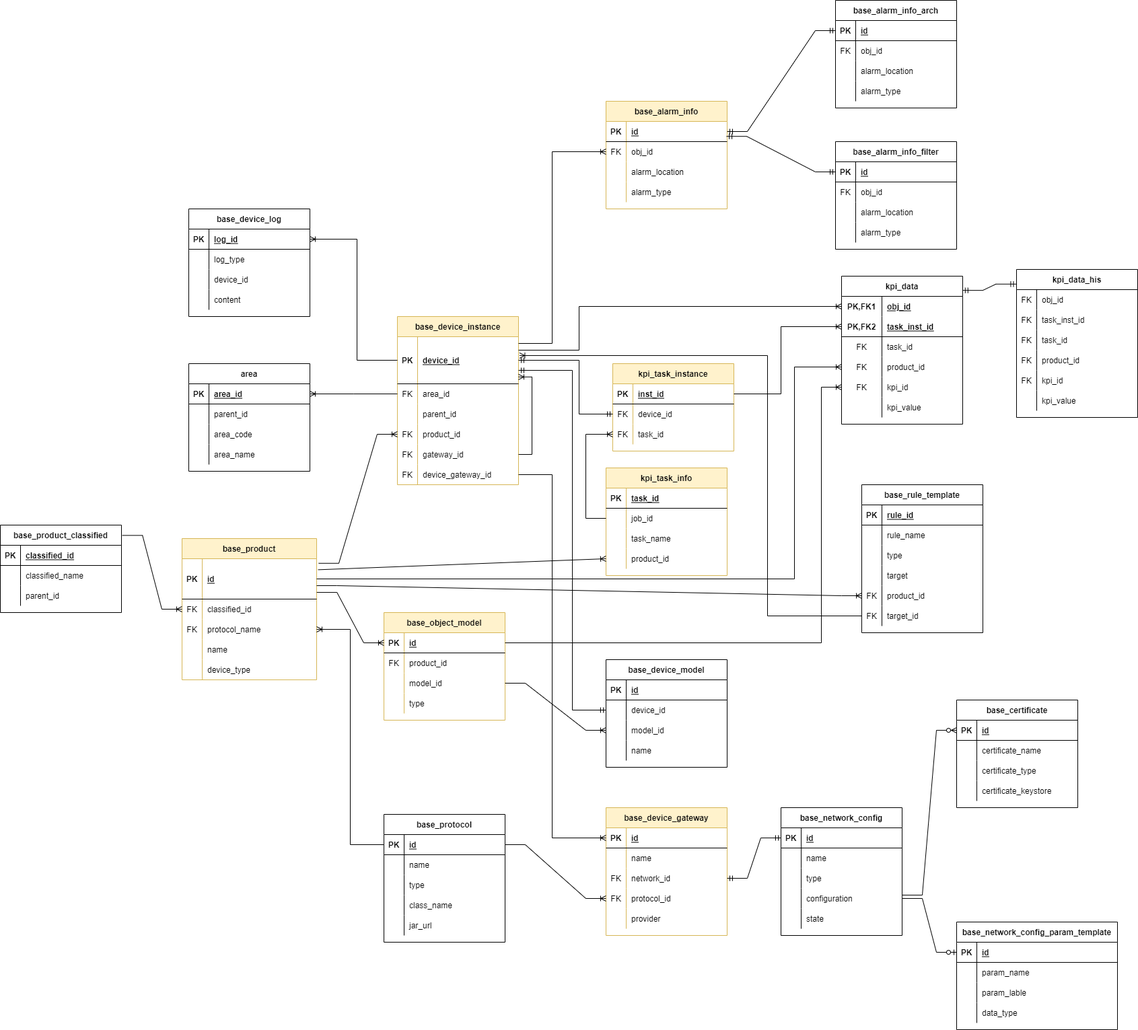
This is Untitled Diagram.drawio.png from liuyucai/springcloud-config, a draw.io export, as it was before one commit. Source tidied: cells renumbered, new cells last; positions are measured from the earlier drawing's top-left corner, leaving out a move shared by most shapes.
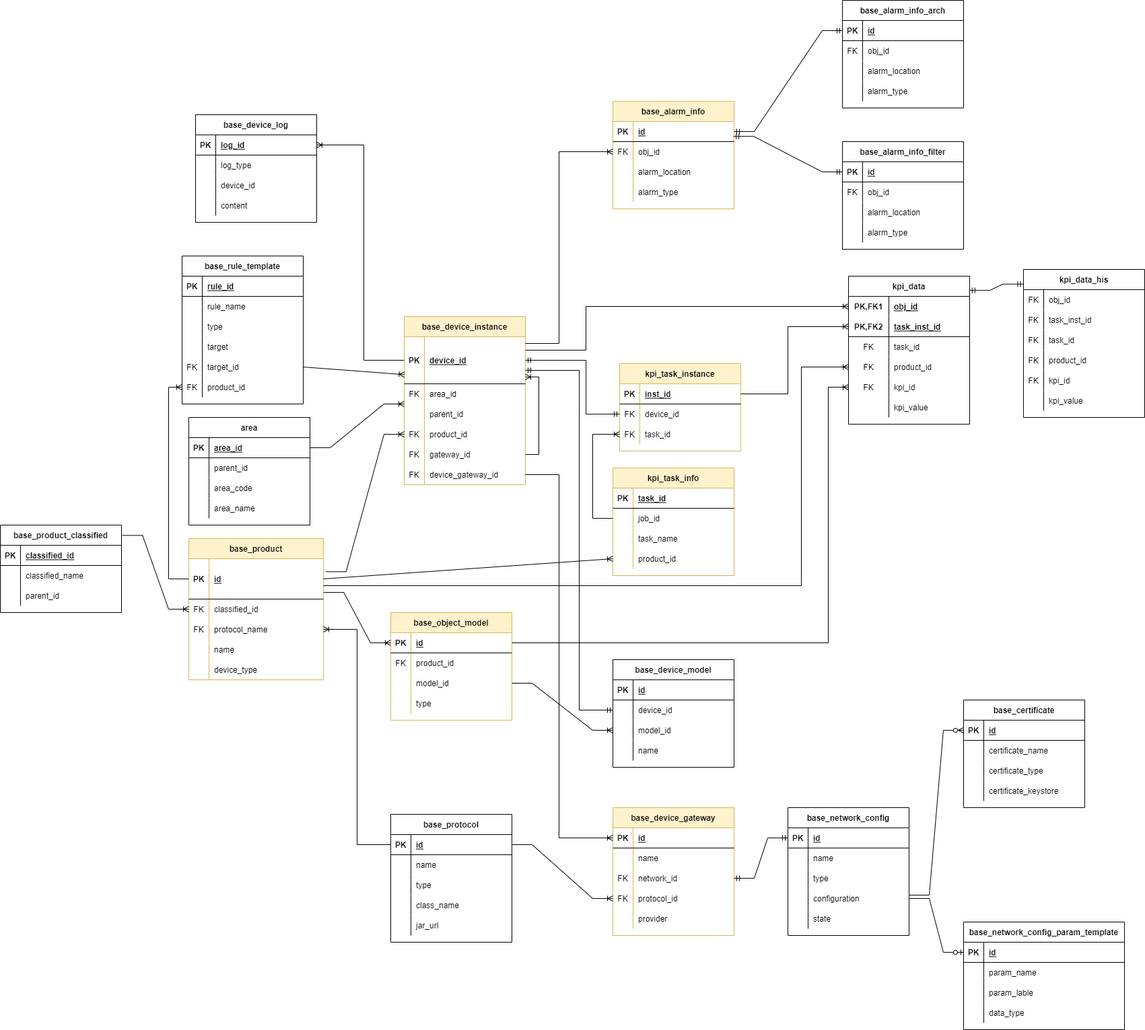
After the commit.

Diff of the diagram source:
```diff
@@ -114,11 +114,11 @@
         </Array>
       </mxGeometry>
     </mxCell>
-    <mxCell id="38" style="edgeStyle=entityRelationEdgeStyle;fontSize=12;html=1;endArrow=ERoneToMany;rounded=0;exitX=1.015;exitY=0.113;exitDx=0;exitDy=0;entryX=0;entryY=0.5;entryDx=0;entryDy=0;exitPerimeter=0;" parent="1" edge="1" source="3" target="28">
+    <mxCell id="38" style="edgeStyle=entityRelationEdgeStyle;fontSize=12;html=1;endArrow=ERoneToMany;rounded=0;exitX=1.018;exitY=0.322;exitDx=0;exitDy=0;entryX=0;entryY=0.5;entryDx=0;entryDy=0;exitPerimeter=0;" parent="1" edge="1" source="3" target="28">
       <mxGeometry relative="1" as="geometry" />
     </mxCell>
     <mxCell id="39" value="area" style="shape=table;startSize=30;rowLines=0;fontStyle=1;align=center;" parent="1" vertex="1">
-      <mxGeometry x="280" y="540" width="180" height="160" as="geometry" />
+      <mxGeometry x="270" y="620" width="180" height="160" as="geometry" />
     </mxCell>
     <mxCell id="40" style="shape=tableRow;horizontal=0;startSize=0;swimlaneHead=0;swimlaneBody=0;fillColor=none;points=[[0,0.5],[1,0.5]];portConstraint=eastwest;top=0;left=0;right=0;bottom=1;" parent="39" vertex="1">
       <mxGeometry y="30" width="180" height="30" as="geometry" />
@@ -156,9 +156,6 @@
     <mxCell id="51" value="area_name" style="shape=partialRectangle;fillColor=none;top=0;left=0;bottom=0;right=0;align=left;spacingLeft=6;overflow=hidden;" parent="49" vertex="1">
       <mxGeometry x="30" width="150" height="30" as="geometry" />
     </mxCell>
-    <mxCell id="52" style="edgeStyle=elbowEdgeStyle;fontSize=12;html=1;endArrow=ERoneToMany;rounded=0;exitX=0;exitY=0.5;exitDx=0;exitDy=0;entryX=1;entryY=0.5;entryDx=0;entryDy=0;" parent="1" edge="1" source="22" target="40">
-      <mxGeometry relative="1" as="geometry" />
-    </mxCell>
     <mxCell id="53" value="base_object_model" style="shape=table;startSize=30;rowLines=0;fontStyle=1;align=center;fillColor=#fff2cc;strokeColor=#d6b656;" parent="1" vertex="1">
       <mxGeometry x="570" y="910" width="180" height="160" as="geometry" />
     </mxCell>
@@ -202,7 +199,7 @@
       <mxGeometry relative="1" as="geometry" />
     </mxCell>
     <mxCell id="67" value="base_product_classified" style="shape=table;startSize=30;rowLines=0;fontStyle=1;align=center;" parent="1" vertex="1">
-      <mxGeometry y="780" width="180" height="130" as="geometry" />
+      <mxGeometry x="-10" y="780" width="180" height="130" as="geometry" />
     </mxCell>
     <mxCell id="68" style="shape=tableRow;horizontal=0;startSize=0;swimlaneHead=0;swimlaneBody=0;fillColor=none;top=0;left=0;right=0;bottom=1;" parent="67" vertex="1">
       <mxGeometry y="30" width="180" height="30" as="geometry" />
@@ -443,7 +440,7 @@
       <mxGeometry relative="1" as="geometry" />
     </mxCell>
     <mxCell id="144" value="base_device_log" style="shape=table;startSize=30;rowLines=0;fontStyle=1;align=center;" parent="1" vertex="1">
-      <mxGeometry x="280" y="310" width="180" height="160" as="geometry" />
+      <mxGeometry x="280" y="170" width="180" height="160" as="geometry" />
     </mxCell>
     <mxCell id="145" style="shape=tableRow;horizontal=0;startSize=0;swimlaneHead=0;swimlaneBody=0;fillColor=none;points=[[0,0.5],[1,0.5]];portConstraint=eastwest;top=0;left=0;right=0;bottom=1;" parent="144" vertex="1">
       <mxGeometry y="30" width="180" height="30" as="geometry" />
@@ -832,8 +829,10 @@
         </Array>
       </mxGeometry>
     </mxCell>
-    <mxCell id="264" style="fontSize=12;html=1;endArrow=ERoneToMany;rounded=0;exitX=1.011;exitY=0.273;exitDx=0;exitDy=0;entryX=0;entryY=0.5;entryDx=0;entryDy=0;exitPerimeter=0;" parent="1" edge="1" source="3" target="168">
-      <mxGeometry relative="1" as="geometry" />
+    <mxCell id="264" style="fontSize=12;html=1;endArrow=ERoneToMany;rounded=0;entryX=0;entryY=0.5;entryDx=0;entryDy=0;" parent="1" edge="1" target="168">
+      <mxGeometry relative="1" as="geometry">
+        <mxPoint x="470" y="860" as="sourcePoint" />
+      </mxGeometry>
     </mxCell>
     <mxCell id="265" style="fontSize=12;html=1;endArrow=ERoneToMany;rounded=0;entryX=0;entryY=0.5;entryDx=0;entryDy=0;exitX=0;exitY=0.5;exitDx=0;exitDy=0;edgeStyle=elbowEdgeStyle;" parent="1" edge="1" source="162" target="178">
       <mxGeometry relative="1" as="geometry">
@@ -842,8 +841,9 @@
         </Array>
       </mxGeometry>
     </mxCell>
-    <mxCell id="266" style="edgeStyle=elbowEdgeStyle;fontSize=12;html=1;endArrow=ERoneToMany;rounded=0;exitX=1;exitY=0.5;exitDx=0;exitDy=0;" parent="1" edge="1" source="3" target="234">
+    <mxCell id="266" style="edgeStyle=elbowEdgeStyle;fontSize=12;html=1;endArrow=ERoneToMany;rounded=0;" parent="1" edge="1" target="234">
       <mxGeometry relative="1" as="geometry">
+        <mxPoint x="470" y="870" as="sourcePoint" />
         <Array as="points">
           <mxPoint x="1180" y="650" />
         </Array>
@@ -911,7 +911,7 @@
       </mxGeometry>
     </mxCell>
     <mxCell id="284" value="base_rule_template" style="shape=table;startSize=30;rowLines=0;fontStyle=1;align=center;" parent="1" vertex="1">
-      <mxGeometry x="1280" y="720" width="180" height="220" as="geometry" />
+      <mxGeometry x="260" y="380" width="180" height="220" as="geometry" />
     </mxCell>
     <mxCell id="285" style="shape=tableRow;horizontal=0;startSize=0;swimlaneHead=0;swimlaneBody=0;fillColor=none;top=0;left=0;right=0;bottom=1;" parent="284" vertex="1">
       <mxGeometry y="30" width="180" height="30" as="geometry" />
@@ -949,8 +949,17 @@
     <mxCell id="296" value="target" style="shape=partialRectangle;fillColor=none;top=0;left=0;bottom=0;right=0;align=left;spacingLeft=6;overflow=hidden;" parent="294" vertex="1">
       <mxGeometry x="30" width="150" height="30" as="geometry" />
     </mxCell>
+    <mxCell id="300" style="shape=tableRow;horizontal=0;startSize=0;swimlaneHead=0;swimlaneBody=0;fillColor=none;points=[[0,0.5],[1,0.5]];portConstraint=eastwest;top=0;left=0;right=0;bottom=0;" parent="284" vertex="1">
+      <mxGeometry y="150" width="180" height="30" as="geometry" />
+    </mxCell>
+    <mxCell id="301" value="FK" style="shape=partialRectangle;fillColor=none;top=0;left=0;bottom=0;right=0;fontStyle=0;overflow=hidden;" parent="300" vertex="1">
+      <mxGeometry width="30" height="30" as="geometry" />
+    </mxCell>
+    <mxCell id="302" value="target_id" style="shape=partialRectangle;fillColor=none;top=0;left=0;bottom=0;right=0;align=left;spacingLeft=6;fontStyle=0;overflow=hidden;" parent="300" vertex="1">
+      <mxGeometry x="30" width="150" height="30" as="geometry" />
+    </mxCell>
     <mxCell id="297" style="shape=tableRow;horizontal=0;startSize=0;swimlaneHead=0;swimlaneBody=0;fillColor=none;points=[[0,0.5],[1,0.5]];portConstraint=eastwest;top=0;left=0;right=0;bottom=0;" parent="284" vertex="1">
-      <mxGeometry y="150" width="180" height="30" as="geometry" />
+      <mxGeometry y="180" width="180" height="30" as="geometry" />
     </mxCell>
     <mxCell id="298" value="FK" style="shape=partialRectangle;fillColor=none;top=0;left=0;bottom=0;right=0;fontStyle=0;overflow=hidden;" parent="297" vertex="1">
       <mxGeometry width="30" height="30" as="geometry" />
@@ -958,27 +967,9 @@
     <mxCell id="299" value="product_id" style="shape=partialRectangle;fillColor=none;top=0;left=0;bottom=0;right=0;align=left;spacingLeft=6;fontStyle=0;overflow=hidden;" parent="297" vertex="1">
       <mxGeometry x="30" width="150" height="30" as="geometry" />
     </mxCell>
-    <mxCell id="300" style="shape=tableRow;horizontal=0;startSize=0;swimlaneHead=0;swimlaneBody=0;fillColor=none;points=[[0,0.5],[1,0.5]];portConstraint=eastwest;top=0;left=0;right=0;bottom=0;" parent="284" vertex="1">
-      <mxGeometry y="180" width="180" height="30" as="geometry" />
-    </mxCell>
-    <mxCell id="301" value="FK" style="shape=partialRectangle;fillColor=none;top=0;left=0;bottom=0;right=0;fontStyle=0;overflow=hidden;" parent="300" vertex="1">
-      <mxGeometry width="30" height="30" as="geometry" />
-    </mxCell>
-    <mxCell id="302" value="target_id" style="shape=partialRectangle;fillColor=none;top=0;left=0;bottom=0;right=0;align=left;spacingLeft=6;fontStyle=0;overflow=hidden;" parent="300" vertex="1">
-      <mxGeometry x="30" width="150" height="30" as="geometry" />
-    </mxCell>
-    <mxCell id="303" style="edgeStyle=elbowEdgeStyle;fontSize=12;html=1;endArrow=ERoneToMany;rounded=0;entryX=1.008;entryY=0.4;entryDx=0;entryDy=0;entryPerimeter=0;exitX=0;exitY=0.5;exitDx=0;exitDy=0;" parent="1" edge="1" source="300" target="19">
-      <mxGeometry relative="1" as="geometry">
-        <Array as="points">
-          <mxPoint x="1140" y="710" />
-        </Array>
-      </mxGeometry>
+    <mxCell id="303" style="fontSize=12;html=1;endArrow=ERoneToMany;rounded=0;entryX=0.002;entryY=0.805;entryDx=0;entryDy=0;entryPerimeter=0;exitX=1;exitY=0.5;exitDx=0;exitDy=0;" parent="1" edge="1" source="300" target="19">
+      <mxGeometry relative="1" as="geometry" />
     </mxCell>
-    <mxCell id="304" style="edgeStyle=entityRelationEdgeStyle;fontSize=12;html=1;endArrow=ERoneToMany;rounded=0;entryX=0;entryY=0.5;entryDx=0;entryDy=0;" parent="1" edge="1" target="297">
-      <mxGeometry relative="1" as="geometry">
-        <mxPoint x="470" y="870" as="sourcePoint" />
-      </mxGeometry>
-    </mxCell>
     <mxCell id="305" value="base_network_config_param_template" style="shape=table;startSize=30;rowLines=0;fontStyle=1;align=center;" parent="1" vertex="1">
       <mxGeometry x="1421" y="1370" width="239" height="160" as="geometry" />
     </mxCell>
@@ -1021,5 +1012,17 @@
     <mxCell id="318" style="edgeStyle=entityRelationEdgeStyle;fontSize=12;html=1;endArrow=ERzeroToOne;endFill=1;rounded=0;exitX=1;exitY=0.5;exitDx=0;exitDy=0;entryX=0;entryY=0.5;entryDx=0;entryDy=0;" parent="1" edge="1" source="88" target="306">
       <mxGeometry relative="1" as="geometry" />
     </mxCell>
+    <mxCell id="319" style="edgeStyle=elbowEdgeStyle;fontSize=12;html=1;endArrow=ERoneToMany;rounded=0;exitX=0;exitY=0.5;exitDx=0;exitDy=0;entryX=0;entryY=0.5;entryDx=0;entryDy=0;" parent="1" edge="1" source="3" target="297">
+      <mxGeometry relative="1" as="geometry">
+        <Array as="points">
+          <mxPoint x="240" y="790" />
+        </Array>
+      </mxGeometry>
+    </mxCell>
+    <mxCell id="320" style="edgeStyle=entityRelationEdgeStyle;fontSize=12;html=1;endArrow=ERoneToMany;rounded=0;exitX=1;exitY=0.5;exitDx=0;exitDy=0;" parent="1" edge="1" source="40">
+      <mxGeometry relative="1" as="geometry">
+        <mxPoint x="590" y="600" as="targetPoint" />
+      </mxGeometry>
+    </mxCell>
   </root>
 </mxGraphModel>
```
